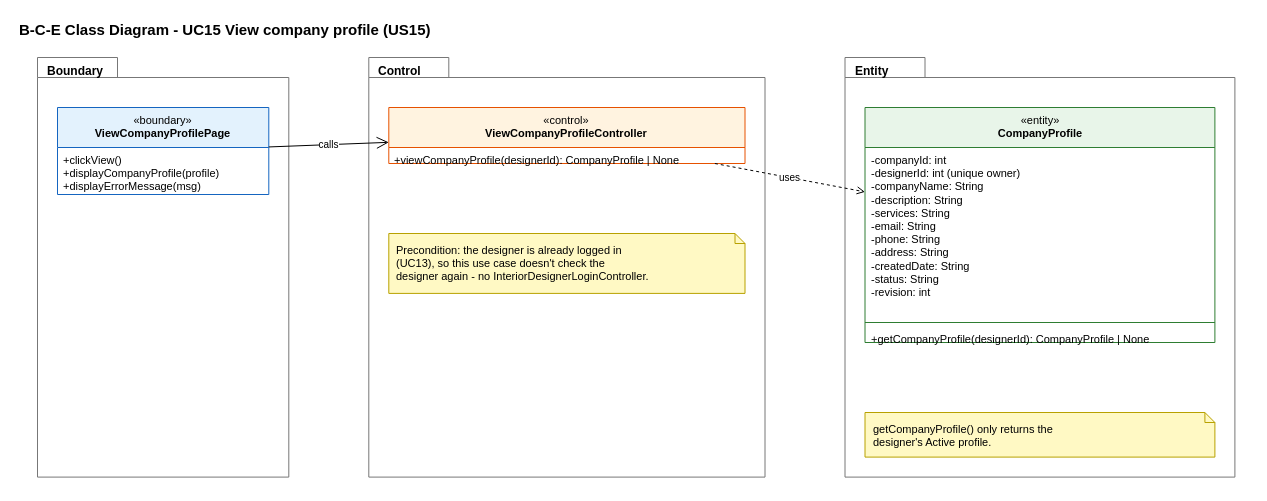
Hanzxc/CSIT314-ARCHSS keeps this draw.io diagram as page "5 BCE Class Diagram" (6 of 7) of Sprint_2/US15 - View Company Profile/US15 View company profile.drawio. Above is the earlier version. Source tidied: cells renumbered, new cells numbered last; positions are measured from the earlier drawing's top-left corner, leaving out a move shared by most shapes. Both pictures are drawn from the tidied source at 100%, with x=0, y=0 at pixel (17, 17).
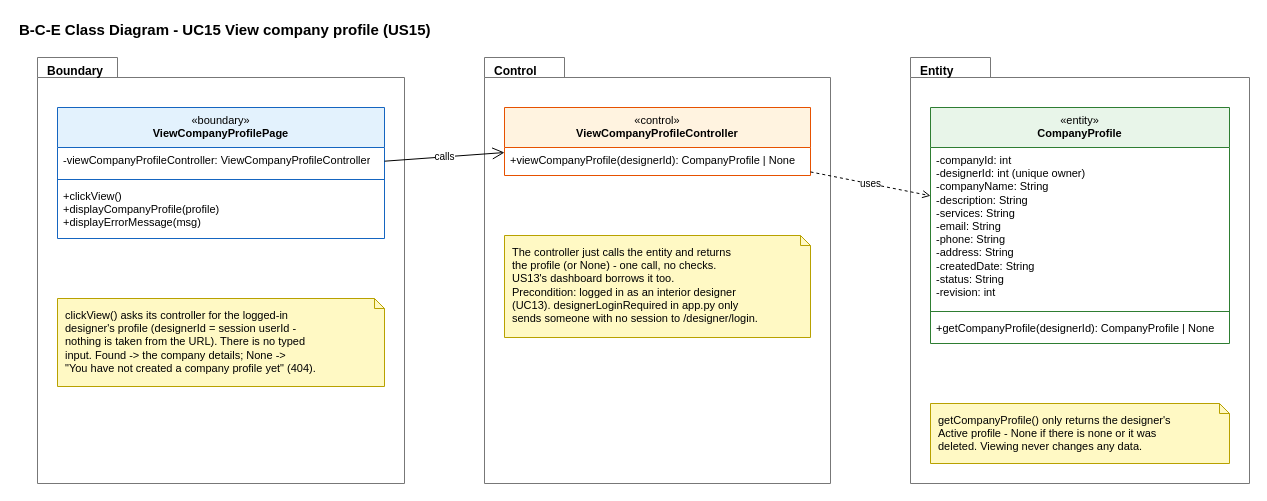
After the change.

Diff of the diagram source:
```diff
@@
     <mxCell id="2" value="&lt;b&gt;B-C-E Class Diagram - UC15 View company profile (US15)&lt;/b&gt;" style="text;html=1;strokeColor=none;fillColor=none;align=left;verticalAlign=middle;whiteSpace=nowrap;fontSize=15;fontColor=#000000;" parent="1" vertex="1">
-      <mxGeometry width="513.3" height="24" as="geometry" />
+      <mxGeometry width="425" height="24" as="geometry" />
     </mxCell>
     <mxCell id="3" value="&lt;b&gt;Boundary&lt;/b&gt;" style="shape=folder;tabWidth=80;tabHeight=20;tabPosition=left;html=1;verticalAlign=top;align=left;spacingLeft=8;spacingTop=0;fillColor=none;fontSize=12;strokeColor=#777777;fontColor=#000000;" parent="1" vertex="1">
-      <mxGeometry x="20" y="40" width="251.3" height="419.6" as="geometry" />
+      <mxGeometry x="20" y="40" width="367" height="426" as="geometry" />
     </mxCell>
     <mxCell id="4" value="«boundary»&lt;br&gt;&lt;b&gt;ViewCompanyProfilePage&lt;/b&gt;" style="swimlane;fontStyle=0;align=center;verticalAlign=top;horizontal=1;startSize=40;html=1;whiteSpace=wrap;fontSize=11;fillColor=#E3F2FD;strokeColor=#1565C0;swimlaneFillColor=#FFFFFF;fontColor=#000000;" parent="1" vertex="1">
-      <mxGeometry x="40" y="90" width="211.3" height="87" as="geometry" />
+      <mxGeometry x="40" y="90" width="327" height="131" as="geometry" />
     </mxCell>
-    <mxCell id="5" value="+clickView()&lt;br&gt;+displayCompanyProfile(profile)&lt;br&gt;+displayErrorMessage(msg)" style="text;strokeColor=none;fillColor=none;align=left;verticalAlign=top;spacingLeft=4;spacingRight=4;overflow=hidden;whiteSpace=nowrap;html=1;fontSize=11;fontColor=#000000;" parent="4" vertex="1">
-      <mxGeometry y="40" width="211.3" height="47" as="geometry" />
+    <mxCell id="5" value="-viewCompanyProfileController: ViewCompanyProfileController" style="text;strokeColor=none;fillColor=none;align=left;verticalAlign=top;spacingLeft=4;spacingRight=4;overflow=hidden;whiteSpace=nowrap;html=1;fontSize=11;fontColor=#000000;" parent="4" vertex="1">
+      <mxGeometry y="40" width="327" height="28" as="geometry" />
     </mxCell>
-    <mxCell id="6" value="&lt;b&gt;Control&lt;/b&gt;" style="shape=folder;tabWidth=80;tabHeight=20;tabPosition=left;html=1;verticalAlign=top;align=left;spacingLeft=8;spacingTop=0;fillColor=none;fontSize=12;strokeColor=#777777;fontColor=#000000;" parent="1" vertex="1">
-      <mxGeometry x="351.3" y="40" width="396.2" height="419.6" as="geometry" />
+    <mxCell id="6" style="line;strokeWidth=1;fillColor=none;align=left;verticalAlign=middle;spacingTop=-1;spacingLeft=3;spacingRight=3;labelPosition=right;strokeColor=#1565C0;fontColor=#000000;" parent="4" vertex="1">
+      <mxGeometry y="68" width="327" height="8" as="geometry" />
     </mxCell>
-    <mxCell id="7" value="«control»&lt;br&gt;&lt;b&gt;ViewCompanyProfileController&lt;/b&gt;" style="swimlane;fontStyle=0;align=center;verticalAlign=top;horizontal=1;startSize=40;html=1;whiteSpace=wrap;fontSize=11;fillColor=#FFF3E0;strokeColor=#E65100;swimlaneFillColor=#FFFFFF;fontColor=#000000;" parent="1" vertex="1">
-      <mxGeometry x="371.3" y="90" width="356.2" height="56" as="geometry" />
+    <mxCell id="7" value="+clickView()&lt;br&gt;+displayCompanyProfile(profile)&lt;br&gt;+displayErrorMessage(msg)" style="text;strokeColor=none;fillColor=none;align=left;verticalAlign=top;spacingLeft=4;spacingRight=4;overflow=hidden;points=[[0,0.5],[1,0.5]];portConstraint=eastwest;whiteSpace=nowrap;html=1;fontSize=11;fontColor=#000000;" parent="4" vertex="1">
+      <mxGeometry y="76" width="327" height="55" as="geometry" />
     </mxCell>
-    <mxCell id="8" value="+viewCompanyProfile(designerId): CompanyProfile | None" style="text;strokeColor=none;fillColor=none;align=left;verticalAlign=top;spacingLeft=4;spacingRight=4;overflow=hidden;whiteSpace=nowrap;html=1;fontSize=11;fontColor=#000000;" parent="7" vertex="1">
-      <mxGeometry y="40" width="356.2" height="16" as="geometry" />
+    <mxCell id="8" value="clickView() asks its controller for the logged-in&lt;br&gt;designer's profile (designerId = session userId -&lt;br&gt;nothing is taken from the URL). There is no typed&lt;br&gt;input. Found -&amp;gt; the company details; None -&amp;gt;&lt;br&gt;&quot;You have not created a company profile yet&quot; (404)." style="shape=note;whiteSpace=wrap;html=1;size=10;fillColor=#FFF9C4;strokeColor=#B8A100;align=left;verticalAlign=top;spacingLeft=6;spacingRight=4;spacingTop=4;fontSize=11;fontColor=#000000;" parent="1" vertex="1">
+      <mxGeometry x="40" y="281" width="327" height="88" as="geometry" />
     </mxCell>
-    <mxCell id="9" value="Precondition: the designer is already logged in&lt;br&gt;(UC13), so this use case doesn't check the&lt;br&gt;designer again - no InteriorDesignerLoginController." style="shape=note;whiteSpace=wrap;html=1;size=10;fillColor=#FFF9C4;strokeColor=#B8A100;align=left;verticalAlign=top;spacingLeft=6;spacingRight=4;spacingTop=4;fontSize=11;fontColor=#000000;" parent="1" vertex="1">
-      <mxGeometry x="371.3" y="216" width="356.2" height="59.9" as="geometry" />
+    <mxCell id="9" value="&lt;b&gt;Control&lt;/b&gt;" style="shape=folder;tabWidth=80;tabHeight=20;tabPosition=left;html=1;verticalAlign=top;align=left;spacingLeft=8;spacingTop=0;fillColor=none;fontSize=12;strokeColor=#777777;fontColor=#000000;" parent="1" vertex="1">
+      <mxGeometry x="467" y="40" width="346" height="426" as="geometry" />
     </mxCell>
-    <mxCell id="10" value="&lt;b&gt;Entity&lt;/b&gt;" style="shape=folder;tabWidth=80;tabHeight=20;tabPosition=left;html=1;verticalAlign=top;align=left;spacingLeft=8;spacingTop=0;fillColor=none;fontSize=12;strokeColor=#777777;fontColor=#000000;" parent="1" vertex="1">
-      <mxGeometry x="827.5" y="40" width="389.9" height="419.6" as="geometry" />
+    <mxCell id="10" value="«control»&lt;br&gt;&lt;b&gt;ViewCompanyProfileController&lt;/b&gt;" style="swimlane;fontStyle=0;align=center;verticalAlign=top;horizontal=1;startSize=40;html=1;whiteSpace=wrap;fontSize=11;fillColor=#FFF3E0;strokeColor=#E65100;swimlaneFillColor=#FFFFFF;fontColor=#000000;" parent="1" vertex="1">
+      <mxGeometry x="487" y="90" width="306" height="68" as="geometry" />
     </mxCell>
-    <mxCell id="11" value="«entity»&lt;br&gt;&lt;b&gt;CompanyProfile&lt;/b&gt;" style="swimlane;fontStyle=0;align=center;verticalAlign=top;horizontal=1;startSize=40;html=1;whiteSpace=wrap;fontSize=11;fillColor=#E8F5E9;strokeColor=#2E7D32;swimlaneFillColor=#FFFFFF;fontColor=#000000;" parent="1" vertex="1">
-      <mxGeometry x="847.5" y="90" width="349.9" height="235" as="geometry" />
+    <mxCell id="11" value="+viewCompanyProfile(designerId): CompanyProfile | None" style="text;strokeColor=none;fillColor=none;align=left;verticalAlign=top;spacingLeft=4;spacingRight=4;overflow=hidden;points=[[0,0.5],[1,0.5]];portConstraint=eastwest;whiteSpace=nowrap;html=1;fontSize=11;fontColor=#000000;" parent="10" vertex="1">
+      <mxGeometry y="40" width="306" height="28" as="geometry" />
     </mxCell>
-    <mxCell id="12" value="-companyId: int&lt;br&gt;-designerId: int (unique owner)&lt;br&gt;-companyName: String&lt;br&gt;-description: String&lt;br&gt;-services: String&lt;br&gt;-email: String&lt;br&gt;-phone: String&lt;br&gt;-address: String&lt;br&gt;-createdDate: String&lt;br&gt;-status: String&lt;br&gt;-revision: int" style="text;strokeColor=none;fillColor=none;align=left;verticalAlign=top;spacingLeft=4;spacingRight=4;overflow=hidden;whiteSpace=nowrap;html=1;fontSize=11;fontColor=#000000;" parent="11" vertex="1">
-      <mxGeometry y="40" width="349.9" height="171" as="geometry" />
+    <mxCell id="12" value="The controller just calls the entity and returns&lt;br&gt;the profile (or None) - one call, no checks.&lt;br&gt;US13's dashboard borrows it too.&lt;br&gt;Precondition: logged in as an interior designer&lt;br&gt;(UC13). designerLoginRequired in app.py only&lt;br&gt;sends someone with no session to /designer/login." style="shape=note;whiteSpace=wrap;html=1;size=10;fillColor=#FFF9C4;strokeColor=#B8A100;align=left;verticalAlign=top;spacingLeft=6;spacingRight=4;spacingTop=4;fontSize=11;fontColor=#000000;" parent="1" vertex="1">
+      <mxGeometry x="487" y="218" width="306" height="102" as="geometry" />
     </mxCell>
-    <mxCell id="13" style="line;strokeWidth=1;fillColor=none;align=left;verticalAlign=middle;spacingTop=-1;spacingLeft=3;spacingRight=3;labelPosition=right;strokeColor=#2E7D32;fontColor=#000000;" parent="11" vertex="1">
-      <mxGeometry y="211" width="349.9" height="8" as="geometry" />
+    <mxCell id="13" value="&lt;b&gt;Entity&lt;/b&gt;" style="shape=folder;tabWidth=80;tabHeight=20;tabPosition=left;html=1;verticalAlign=top;align=left;spacingLeft=8;spacingTop=0;fillColor=none;fontSize=12;strokeColor=#777777;fontColor=#000000;" parent="1" vertex="1">
+      <mxGeometry x="893" y="40" width="339" height="426" as="geometry" />
     </mxCell>
-    <mxCell id="14" value="+getCompanyProfile(designerId): CompanyProfile | None" style="text;strokeColor=none;fillColor=none;align=left;verticalAlign=top;spacingLeft=4;spacingRight=4;overflow=hidden;points=[[0,0.5],[1,0.5]];portConstraint=eastwest;whiteSpace=nowrap;html=1;fontSize=11;fontColor=#000000;" parent="11" vertex="1">
-      <mxGeometry y="219" width="349.9" height="16" as="geometry" />
+    <mxCell id="14" value="«entity»&lt;br&gt;&lt;b&gt;CompanyProfile&lt;/b&gt;" style="swimlane;fontStyle=0;align=center;verticalAlign=top;horizontal=1;startSize=40;html=1;whiteSpace=wrap;fontSize=11;fillColor=#E8F5E9;strokeColor=#2E7D32;swimlaneFillColor=#FFFFFF;fontColor=#000000;" parent="1" vertex="1">
+      <mxGeometry x="913" y="90" width="299" height="236" as="geometry" />
     </mxCell>
-    <mxCell id="15" value="getCompanyProfile() only returns the&lt;br&gt;designer's Active profile." style="shape=note;whiteSpace=wrap;html=1;size=10;fillColor=#FFF9C4;strokeColor=#B8A100;align=left;verticalAlign=top;spacingLeft=6;spacingRight=4;spacingTop=4;fontSize=11;fontColor=#000000;" parent="1" vertex="1">
-      <mxGeometry x="847.5" y="395" width="349.9" height="44.6" as="geometry" />
+    <mxCell id="15" value="-companyId: int&lt;br&gt;-designerId: int (unique owner)&lt;br&gt;-companyName: String&lt;br&gt;-description: String&lt;br&gt;-services: String&lt;br&gt;-email: String&lt;br&gt;-phone: String&lt;br&gt;-address: String&lt;br&gt;-createdDate: String&lt;br&gt;-status: String&lt;br&gt;-revision: int" style="text;strokeColor=none;fillColor=none;align=left;verticalAlign=top;spacingLeft=4;spacingRight=4;overflow=hidden;whiteSpace=nowrap;html=1;fontSize=11;fontColor=#000000;" parent="14" vertex="1">
+      <mxGeometry y="40" width="299" height="160" as="geometry" />
     </mxCell>
-    <mxCell id="16" value="calls" style="endArrow=open;endFill=0;endSize=10;html=1;rounded=0;fontSize=10;fontColor=#000000;strokeColor=#000000;labelBackgroundColor=#FFFFFF;" parent="1" edge="1" source="4" target="7">
-      <mxGeometry relative="1" as="geometry" />
+    <mxCell id="16" style="line;strokeWidth=1;fillColor=none;align=left;verticalAlign=middle;spacingTop=-1;spacingLeft=3;spacingRight=3;labelPosition=right;strokeColor=#2E7D32;fontColor=#000000;" parent="14" vertex="1">
+      <mxGeometry y="200" width="299" height="8" as="geometry" />
     </mxCell>
-    <mxCell id="17" value="uses" style="endArrow=open;endFill=0;dashed=1;html=1;rounded=0;fontSize=10;fontColor=#000000;strokeColor=#000000;labelBackgroundColor=#FFFFFF;" parent="1" edge="1" source="7" target="11">
-      <mxGeometry relative="1" as="geometry" />
+    <mxCell id="17" value="+getCompanyProfile(designerId): CompanyProfile | None" style="text;strokeColor=none;fillColor=none;align=left;verticalAlign=top;spacingLeft=4;spacingRight=4;overflow=hidden;whiteSpace=nowrap;html=1;fontSize=11;fontColor=#000000;" parent="14" vertex="1">
+      <mxGeometry y="208" width="299" height="28" as="geometry" />
     </mxCell>
+    <mxCell id="18" value="getCompanyProfile() only returns the designer's&lt;br&gt;Active profile - None if there is none or it was&lt;br&gt;deleted. Viewing never changes any data." style="shape=note;whiteSpace=wrap;html=1;size=10;fillColor=#FFF9C4;strokeColor=#B8A100;align=left;verticalAlign=top;spacingLeft=6;spacingRight=4;spacingTop=4;fontSize=11;fontColor=#000000;" parent="1" vertex="1">
+      <mxGeometry x="913" y="386" width="299" height="60" as="geometry" />
+    </mxCell>
+    <mxCell id="19" value="calls" style="endArrow=open;endFill=0;endSize=10;html=1;rounded=0;fontSize=10;fontColor=#000000;strokeColor=#000000;labelBackgroundColor=#FFFFFF;" parent="1" edge="1" source="4" target="10">
+      <mxGeometry relative="1" as="geometry" />
+    </mxCell>
+    <mxCell id="20" value="uses" style="endArrow=open;endFill=0;dashed=1;html=1;rounded=0;fontSize=10;fontColor=#000000;strokeColor=#000000;labelBackgroundColor=#FFFFFF;" parent="1" edge="1" source="10" target="14">
+      <mxGeometry relative="1" as="geometry" />
+    </mxCell>
```
